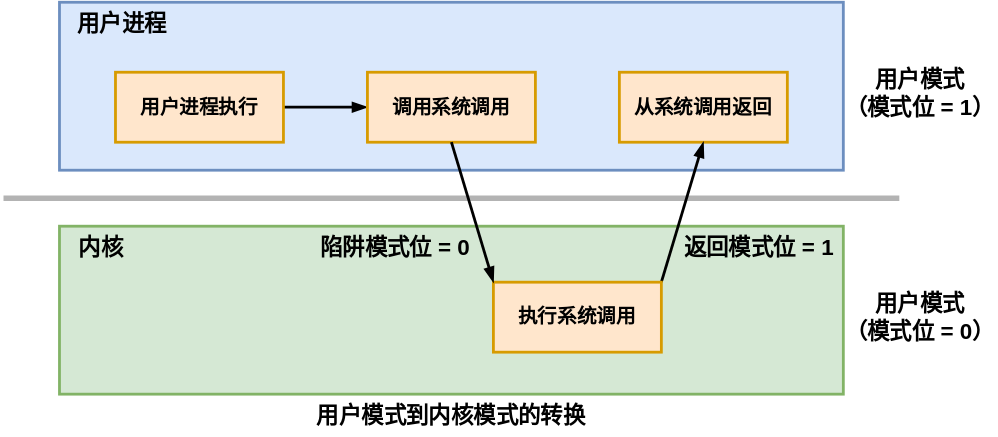
This is pictures/操作系统-模式位.drawio.svg from creatern/NoteBook, a draw.io export, as it was before one commit. Source tidied: cells renumbered, new cells last; positions are measured from the earlier drawing's top-left corner, leaving out a move shared by most shapes. Its diagram source:
```xml
<mxGraphModel>
  <root>
    <mxCell id="0" />
    <mxCell id="1" parent="0" />
    <mxCell id="2" style="rounded=0;whiteSpace=wrap;html=1;fillColor=#d5e8d4;strokeColor=#82b366;strokeWidth=2;" parent="1" vertex="1">
      <mxGeometry x="40" y="160" width="560" height="120" as="geometry" />
    </mxCell>
    <mxCell id="3" style="rounded=0;whiteSpace=wrap;html=1;fillColor=#dae8fc;strokeColor=#6c8ebf;strokeWidth=2;" parent="1" vertex="1">
      <mxGeometry x="40" width="560" height="120" as="geometry" />
    </mxCell>
    <mxCell id="4" value="&lt;b style=&quot;font-size: 16px;&quot;&gt;用户进程&lt;/b&gt;" style="text;html=1;strokeColor=none;fillColor=none;align=center;verticalAlign=middle;whiteSpace=wrap;rounded=0;fontSize=16;" parent="1" vertex="1">
      <mxGeometry x="40" width="90" height="30" as="geometry" />
    </mxCell>
    <mxCell id="5" style="edgeStyle=orthogonalEdgeStyle;rounded=0;jettySize=auto;html=1;exitX=1;exitY=0.5;exitDx=0;exitDy=0;entryX=0;entryY=0.5;entryDx=0;entryDy=0;strokeWidth=2;endArrow=blockThin;endFill=1;" parent="1" edge="1" source="6" target="7">
      <mxGeometry relative="1" as="geometry" />
    </mxCell>
    <mxCell id="6" value="&lt;b style=&quot;font-size: 14px;&quot;&gt;用户进程执行&lt;/b&gt;" style="rounded=0;whiteSpace=wrap;html=1;fillColor=#ffe6cc;strokeColor=#d79b00;strokeWidth=2;fontSize=14;" parent="1" vertex="1">
      <mxGeometry x="80" y="50" width="120" height="50" as="geometry" />
    </mxCell>
    <mxCell id="7" value="&lt;b&gt;调用系统调用&lt;/b&gt;" style="rounded=0;whiteSpace=wrap;html=1;fillColor=#ffe6cc;strokeColor=#d79b00;strokeWidth=2;fontSize=14;" parent="1" vertex="1">
      <mxGeometry x="260" y="50" width="120" height="50" as="geometry" />
    </mxCell>
    <mxCell id="8" value="&lt;b&gt;从系统调用返回&lt;/b&gt;" style="rounded=0;whiteSpace=wrap;html=1;fillColor=#ffe6cc;strokeColor=#d79b00;strokeWidth=2;fontSize=14;" parent="1" vertex="1">
      <mxGeometry x="440" y="50" width="120" height="50" as="geometry" />
    </mxCell>
    <mxCell id="9" value="&lt;b style=&quot;font-size: 16px;&quot;&gt;用户模式&lt;br&gt;（模式位 = 1）&lt;br&gt;&lt;/b&gt;" style="text;html=1;strokeColor=none;fillColor=none;align=center;verticalAlign=middle;whiteSpace=wrap;rounded=0;fontSize=16;" parent="1" vertex="1">
      <mxGeometry x="600" y="40" width="110" height="50" as="geometry" />
    </mxCell>
    <mxCell id="10" style="endArrow=none;html=1;rounded=0;labelBackgroundColor=default;strokeColor=#B3B3B3;strokeWidth=4;fontFamily=Helvetica;fontSize=11;fontColor=default;shape=connector;" parent="1" edge="1">
      <mxGeometry relative="1" as="geometry">
        <mxPoint y="140" as="sourcePoint" />
        <mxPoint x="640" y="140" as="targetPoint" />
      </mxGeometry>
    </mxCell>
    <mxCell id="11" value="&lt;b style=&quot;font-size: 16px;&quot;&gt;内核&lt;/b&gt;" style="text;html=1;strokeColor=none;fillColor=none;align=center;verticalAlign=middle;whiteSpace=wrap;rounded=0;fontSize=16;" parent="1" vertex="1">
      <mxGeometry x="40" y="160" width="60" height="30" as="geometry" />
    </mxCell>
    <mxCell id="12" style="shape=connector;rounded=0;jettySize=auto;html=1;exitX=1;exitY=0;exitDx=0;exitDy=0;entryX=0.5;entryY=1;entryDx=0;entryDy=0;labelBackgroundColor=default;strokeColor=default;strokeWidth=2;fontFamily=Helvetica;fontSize=11;fontColor=default;endArrow=blockThin;endFill=1;" parent="1" edge="1" source="13" target="8">
      <mxGeometry relative="1" as="geometry" />
    </mxCell>
    <mxCell id="13" value="&lt;b&gt;执行系统调用&lt;/b&gt;" style="rounded=0;whiteSpace=wrap;html=1;fillColor=#ffe6cc;strokeColor=#d79b00;strokeWidth=2;fontSize=14;" parent="1" vertex="1">
      <mxGeometry x="350" y="200" width="120" height="50" as="geometry" />
    </mxCell>
    <mxCell id="14" value="&lt;b style=&quot;font-size: 16px;&quot;&gt;用户模式&lt;br&gt;（模式位 = 0）&lt;br&gt;&lt;/b&gt;" style="text;html=1;strokeColor=none;fillColor=none;align=center;verticalAlign=middle;whiteSpace=wrap;rounded=0;fontSize=16;" parent="1" vertex="1">
      <mxGeometry x="600" y="200" width="110" height="50" as="geometry" />
    </mxCell>
    <mxCell id="15" style="shape=connector;rounded=0;jettySize=auto;html=1;exitX=0.5;exitY=1;exitDx=0;exitDy=0;entryX=0;entryY=0;entryDx=0;entryDy=0;labelBackgroundColor=default;strokeColor=default;strokeWidth=2;fontFamily=Helvetica;fontSize=11;fontColor=default;endArrow=blockThin;endFill=1;" parent="1" edge="1" source="7" target="13">
      <mxGeometry relative="1" as="geometry" />
    </mxCell>
    <mxCell id="16" value="&lt;b&gt;陷阱模式位 = 0&lt;/b&gt;" style="text;html=1;strokeColor=none;fillColor=none;align=center;verticalAlign=middle;whiteSpace=wrap;rounded=0;fontSize=16;" parent="1" vertex="1">
      <mxGeometry x="220" y="160" width="120" height="30" as="geometry" />
    </mxCell>
    <mxCell id="17" value="&lt;b&gt;返回模式位 = 1&lt;/b&gt;" style="text;html=1;strokeColor=none;fillColor=none;align=center;verticalAlign=middle;whiteSpace=wrap;rounded=0;fontSize=16;" parent="1" vertex="1">
      <mxGeometry x="480" y="160" width="120" height="30" as="geometry" />
    </mxCell>
    <mxCell id="18" value="&lt;b style=&quot;font-size: 16px;&quot;&gt;用户模式到内核模式的转换&lt;/b&gt;" style="text;html=1;strokeColor=none;fillColor=none;align=center;verticalAlign=middle;whiteSpace=wrap;rounded=0;fontSize=16;" parent="1" vertex="1">
      <mxGeometry x="120" y="280" width="400" height="30" as="geometry" />
    </mxCell>
  </root>
</mxGraphModel>
```
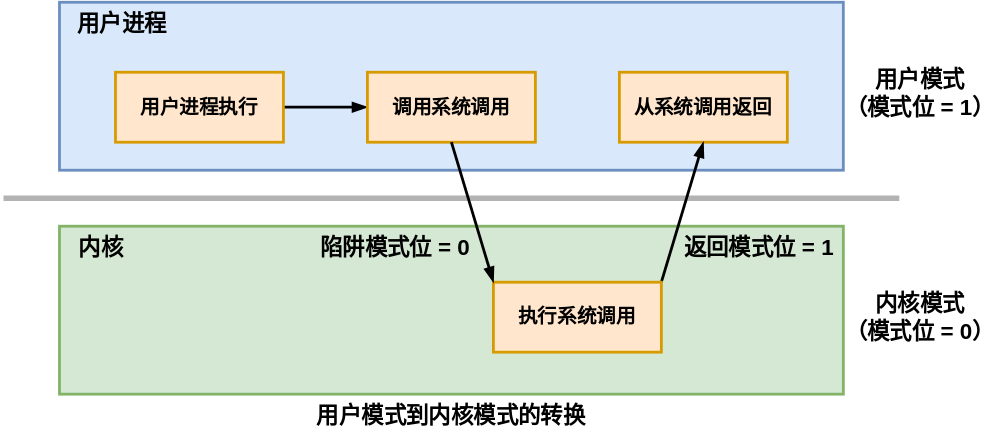
The same diagram one commit later.

Change to the diagram source:
```diff
@@ -41,7 +41,7 @@
     <mxCell id="13" value="&lt;b&gt;执行系统调用&lt;/b&gt;" style="rounded=0;whiteSpace=wrap;html=1;fillColor=#ffe6cc;strokeColor=#d79b00;strokeWidth=2;fontSize=14;" parent="1" vertex="1">
       <mxGeometry x="350" y="200" width="120" height="50" as="geometry" />
     </mxCell>
-    <mxCell id="14" value="&lt;b style=&quot;font-size: 16px;&quot;&gt;用户模式&lt;br&gt;（模式位 = 0）&lt;br&gt;&lt;/b&gt;" style="text;html=1;strokeColor=none;fillColor=none;align=center;verticalAlign=middle;whiteSpace=wrap;rounded=0;fontSize=16;" parent="1" vertex="1">
+    <mxCell id="14" value="&lt;b style=&quot;font-size: 16px;&quot;&gt;内核模式&lt;br&gt;（模式位 = 0）&lt;br&gt;&lt;/b&gt;" style="text;html=1;strokeColor=none;fillColor=none;align=center;verticalAlign=middle;whiteSpace=wrap;rounded=0;fontSize=16;" parent="1" vertex="1">
       <mxGeometry x="600" y="200" width="110" height="50" as="geometry" />
     </mxCell>
     <mxCell id="15" style="shape=connector;rounded=0;jettySize=auto;html=1;exitX=0.5;exitY=1;exitDx=0;exitDy=0;entryX=0;entryY=0;entryDx=0;entryDy=0;labelBackgroundColor=default;strokeColor=default;strokeWidth=2;fontFamily=Helvetica;fontSize=11;fontColor=default;endArrow=blockThin;endFill=1;" parent="1" edge="1" source="7" target="13">
```
